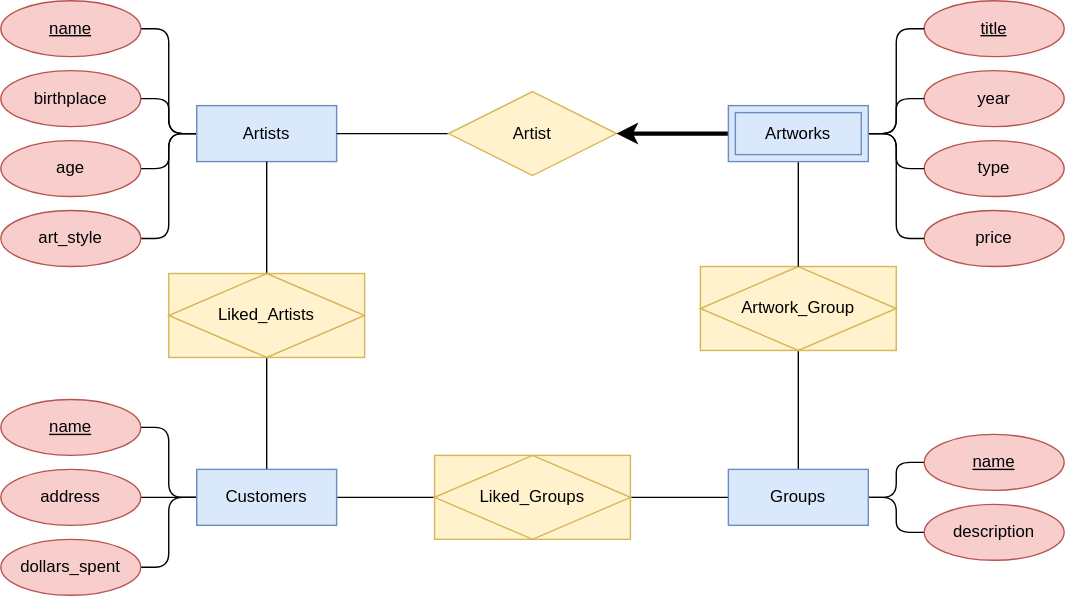
Earlier version of the draw.io export ArtBase/ER.svg (eamonniknafs/sample-SQL-schemas). Source tidied: cells renumbered, new cells last; positions are measured from the earlier drawing's top-left corner, leaving out a move shared by most shapes.
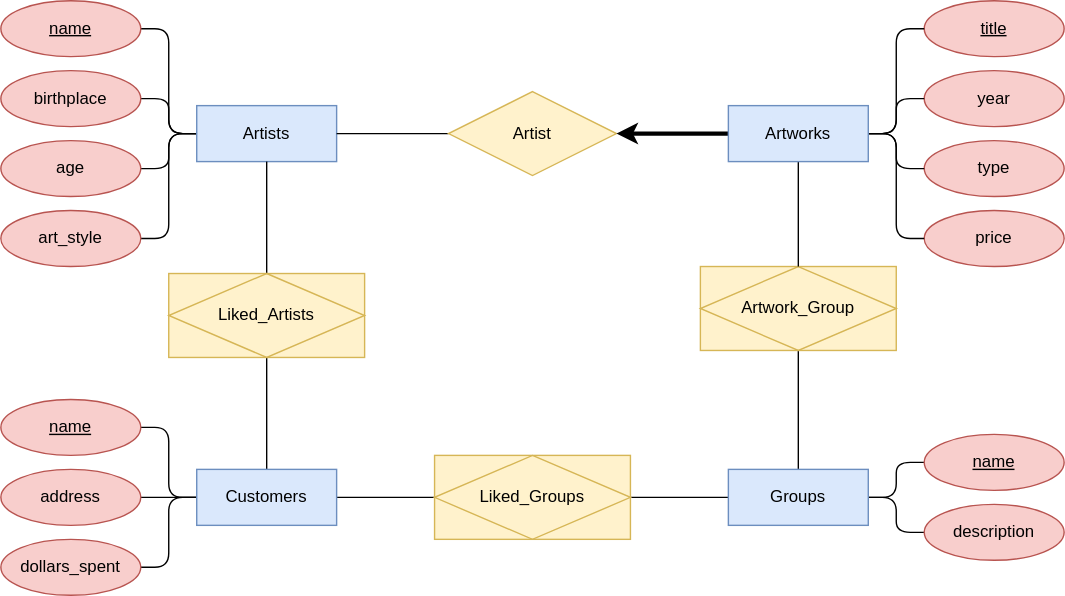
After the commit.

Commit message:
Updated ER to remove weak entities

The edit, as a diff of the source:
```diff
@@ -113,19 +113,25 @@
     <mxCell id="38" style="edgeStyle=orthogonalEdgeStyle;shape=connector;rounded=0;jettySize=auto;html=1;exitX=0;exitY=0.5;exitDx=0;exitDy=0;entryX=1;entryY=0.5;entryDx=0;entryDy=0;labelBackgroundColor=default;fontFamily=Helvetica;fontSize=12;fontColor=default;endArrow=classic;endFill=1;strokeColor=default;strokeWidth=3;startArrow=none;startFill=0;" parent="1" edge="1" source="43" target="29">
       <mxGeometry relative="1" as="geometry" />
     </mxCell>
-    <mxCell id="39" style="edgeStyle=orthogonalEdgeStyle;shape=connector;rounded=1;jettySize=auto;html=1;exitX=1;exitY=0.5;exitDx=0;exitDy=0;entryX=0;entryY=0.5;entryDx=0;entryDy=0;labelBackgroundColor=default;fontFamily=Helvetica;fontSize=11;fontColor=default;endArrow=none;endFill=0;strokeColor=default;" parent="1" edge="1" source="43" target="33">
-      <mxGeometry relative="1" as="geometry" />
+    <mxCell id="39" style="edgeStyle=orthogonalEdgeStyle;shape=connector;rounded=1;jettySize=auto;html=1;exitX=1;exitY=0.5;exitDx=0;exitDy=0;entryX=0;entryY=0.5;entryDx=0;entryDy=0;labelBackgroundColor=default;fontFamily=Helvetica;fontSize=11;fontColor=default;endArrow=none;endFill=0;strokeColor=default;" parent="1" edge="1" target="33">
+      <mxGeometry relative="1" as="geometry">
+        <mxPoint x="620" y="95" as="sourcePoint" />
+      </mxGeometry>
     </mxCell>
-    <mxCell id="40" style="edgeStyle=orthogonalEdgeStyle;shape=connector;rounded=1;jettySize=auto;html=1;exitX=1;exitY=0.5;exitDx=0;exitDy=0;entryX=0;entryY=0.5;entryDx=0;entryDy=0;labelBackgroundColor=default;fontFamily=Helvetica;fontSize=11;fontColor=default;endArrow=none;endFill=0;strokeColor=default;" parent="1" edge="1" source="43" target="31">
-      <mxGeometry relative="1" as="geometry" />
+    <mxCell id="40" style="edgeStyle=orthogonalEdgeStyle;shape=connector;rounded=1;jettySize=auto;html=1;exitX=1;exitY=0.5;exitDx=0;exitDy=0;entryX=0;entryY=0.5;entryDx=0;entryDy=0;labelBackgroundColor=default;fontFamily=Helvetica;fontSize=11;fontColor=default;endArrow=none;endFill=0;strokeColor=default;" parent="1" edge="1" target="31">
+      <mxGeometry relative="1" as="geometry">
+        <mxPoint x="620" y="95" as="sourcePoint" />
+      </mxGeometry>
     </mxCell>
-    <mxCell id="41" style="edgeStyle=orthogonalEdgeStyle;shape=connector;rounded=1;jettySize=auto;html=1;exitX=1;exitY=0.5;exitDx=0;exitDy=0;entryX=0;entryY=0.5;entryDx=0;entryDy=0;labelBackgroundColor=default;fontFamily=Helvetica;fontSize=11;fontColor=default;endArrow=none;endFill=0;strokeColor=default;" parent="1" edge="1" source="43" target="32">
-      <mxGeometry relative="1" as="geometry" />
+    <mxCell id="41" style="edgeStyle=orthogonalEdgeStyle;shape=connector;rounded=1;jettySize=auto;html=1;exitX=1;exitY=0.5;exitDx=0;exitDy=0;entryX=0;entryY=0.5;entryDx=0;entryDy=0;labelBackgroundColor=default;fontFamily=Helvetica;fontSize=11;fontColor=default;endArrow=none;endFill=0;strokeColor=default;" parent="1" edge="1" target="32">
+      <mxGeometry relative="1" as="geometry">
+        <mxPoint x="620" y="95" as="sourcePoint" />
+      </mxGeometry>
     </mxCell>
-    <mxCell id="42" style="edgeStyle=orthogonalEdgeStyle;shape=connector;rounded=1;jettySize=auto;html=1;exitX=1;exitY=0.5;exitDx=0;exitDy=0;entryX=0;entryY=0.5;entryDx=0;entryDy=0;labelBackgroundColor=default;fontFamily=Helvetica;fontSize=11;fontColor=default;endArrow=none;endFill=0;strokeColor=default;" parent="1" edge="1" source="43" target="34">
+    <mxCell id="42" style="edgeStyle=orthogonalEdgeStyle;shape=connector;rounded=1;jettySize=auto;html=1;entryX=0;entryY=0.5;entryDx=0;entryDy=0;labelBackgroundColor=default;fontFamily=Helvetica;fontSize=11;fontColor=default;endArrow=none;endFill=0;strokeColor=default;" parent="1" edge="1" source="43" target="34">
       <mxGeometry relative="1" as="geometry" />
     </mxCell>
-    <mxCell id="43" value="Artworks" style="shape=ext;margin=3;double=1;whiteSpace=wrap;html=1;align=center;fillColor=#dae8fc;strokeColor=#6c8ebf;" parent="1" vertex="1">
+    <mxCell id="43" value="Artworks" style="whiteSpace=wrap;html=1;align=center;fillColor=#dae8fc;strokeColor=#6c8ebf;" parent="1" vertex="1">
       <mxGeometry x="520" y="75" width="100" height="40" as="geometry" />
     </mxCell>
   </root>
```
